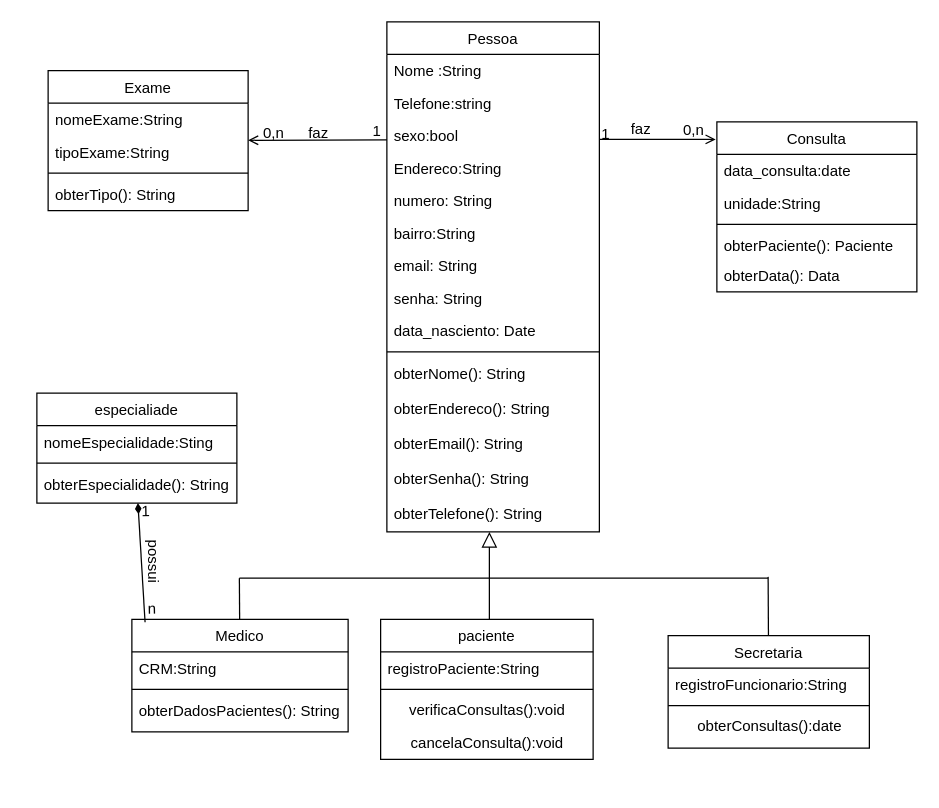
Before: Diagramas/classe-ssuV3.drawio in mborges007/ssu, a draw.io diagram. Source tidied: cells renumbered, new cells numbered last; positions are measured from the earlier drawing's top-left corner, leaving out a move shared by most shapes. Both pictures are drawn from the tidied source at 125%, with x=0, y=0 at pixel (36, 21).
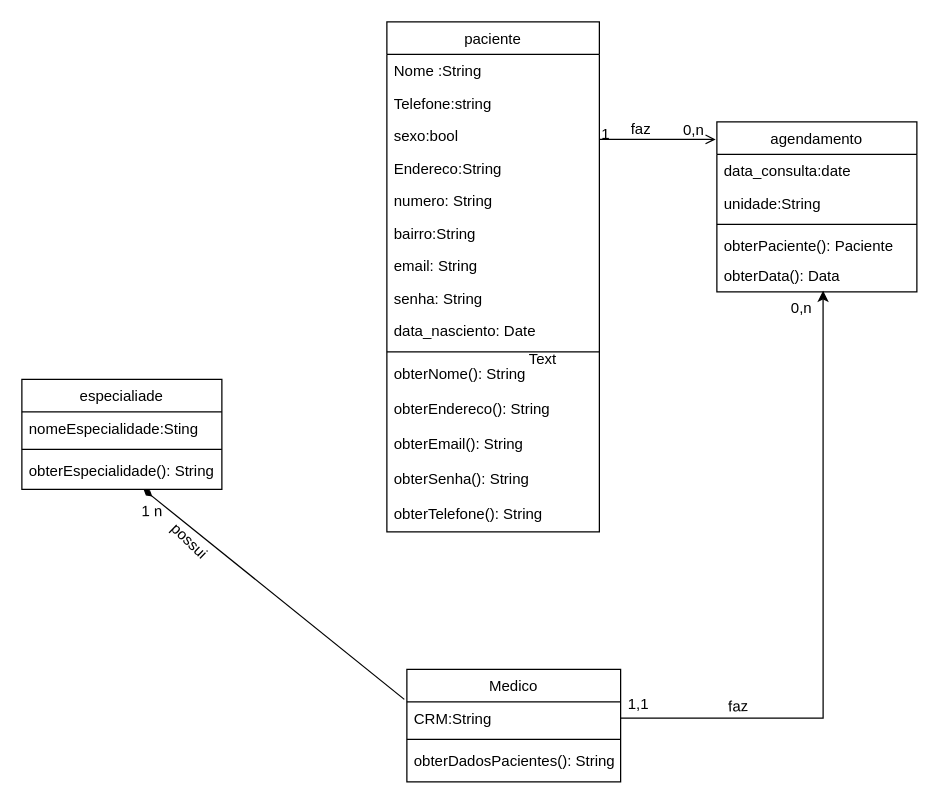
The same diagram, later.

Unchanged cells that the change refers to:
```xml
<mxCell id="5" value="sexo:bool" style="text;align=left;verticalAlign=top;spacingLeft=4;spacingRight=4;overflow=hidden;points=[[0,0.5],[1,0.5]];portConstraint=eastwest;rounded=0;shadow=0;html=0;" parent="2" vertex="1">
  <mxGeometry y="78" width="170" height="26" as="geometry" />
</mxCell>
<mxCell id="28" style="endArrow=open;shadow=0;strokeWidth=1;rounded=0;endFill=1;edgeStyle=elbowEdgeStyle;elbow=vertical;entryX=-0.006;entryY=0.1;entryDx=0;entryDy=0;entryPerimeter=0;" parent="1" edge="1" source="2" target="36">
  <mxGeometry x="0.5" y="41" relative="1" as="geometry">
    <mxPoint x="-40" y="32" as="offset" />
  </mxGeometry>
</mxCell>
<mxCell id="41" value="obterData(): Data" style="text;align=left;verticalAlign=top;spacingLeft=4;spacingRight=4;overflow=hidden;points=[[0,0.5],[1,0.5]];portConstraint=eastwest;fontStyle=0;" parent="36" vertex="1">
  <mxGeometry y="110" width="160" height="26" as="geometry" />
</mxCell>
<mxCell id="51" value="obterEspecialidade(): String" style="text;align=left;verticalAlign=top;spacingLeft=4;spacingRight=4;overflow=hidden;points=[[0,0.5],[1,0.5]];portConstraint=eastwest;" parent="48" vertex="1">
  <mxGeometry y="60" width="160" height="28" as="geometry" />
</mxCell>
```

Change to the diagram source:
```diff
@@
-    <mxCell id="2" value="Pessoa" style="swimlane;fontStyle=0;align=center;verticalAlign=top;horizontal=1;startSize=26;rounded=0;shadow=0;strokeWidth=1;" parent="1" vertex="1">
+    <mxCell id="2" value="paciente" style="swimlane;fontStyle=0;align=center;verticalAlign=top;horizontal=1;startSize=26;rounded=0;shadow=0;strokeWidth=1;" parent="1" vertex="1">
       <mxGeometry x="280" width="170" height="408" as="geometry" />
     </mxCell>
@@
     <mxCell id="18" value="Medico" style="swimlane;fontStyle=0;align=center;verticalAlign=top;horizontal=1;startSize=26;rounded=0;shadow=0;strokeWidth=1;" parent="1" vertex="1">
-      <mxGeometry x="76" y="478" width="173" height="90" as="geometry" />
+      <mxGeometry x="296" y="518" width="171" height="90" as="geometry" />
     </mxCell>
     <mxCell id="19" value="CRM:String" style="text;align=left;verticalAlign=top;spacingLeft=4;spacingRight=4;overflow=hidden;points=[[0,0.5],[1,0.5]];portConstraint=eastwest;" parent="18" vertex="1">
-      <mxGeometry y="26" width="173" height="26" as="geometry" />
+      <mxGeometry y="26" width="171" height="26" as="geometry" />
     </mxCell>
     <mxCell id="20" style="line;html=1;strokeWidth=1;align=left;verticalAlign=middle;spacingTop=-1;spacingLeft=3;spacingRight=3;labelPosition=right;" parent="18" vertex="1">
-      <mxGeometry y="52" width="173" height="8" as="geometry" />
+      <mxGeometry y="52" width="171" height="8" as="geometry" />
     </mxCell>
     <mxCell id="21" value="obterDadosPacientes(): String" style="text;align=left;verticalAlign=top;spacingLeft=4;spacingRight=4;overflow=hidden;" parent="18" vertex="1">
-      <mxGeometry y="60" width="173" height="30" as="geometry" />
+      <mxGeometry y="60" width="171" height="30" as="geometry" />
     </mxCell>
-    <mxCell id="22" value="paciente" style="swimlane;fontStyle=0;align=center;verticalAlign=top;horizontal=1;startSize=26;rounded=0;shadow=0;strokeWidth=1;" parent="1" vertex="1">
-      <mxGeometry x="275" y="478" width="170" height="112" as="geometry" />
-    </mxCell>
-    <mxCell id="23" value="registroPaciente:String" style="text;align=left;verticalAlign=top;spacingLeft=4;spacingRight=4;overflow=hidden;" parent="22" vertex="1">
-      <mxGeometry y="26" width="170" height="26" as="geometry" />
-    </mxCell>
-    <mxCell id="24" style="line;html=1;strokeWidth=1;align=left;verticalAlign=middle;spacingTop=-1;spacingLeft=3;spacingRight=3;labelPosition=right;" parent="22" vertex="1">
-      <mxGeometry y="52" width="170" height="8" as="geometry" />
-    </mxCell>
-    <mxCell id="25" value="verificaConsultas():void" style="text;html=1;align=center;verticalAlign=middle;strokeColor=none;fillColor=none;" parent="22" vertex="1">
-      <mxGeometry y="60" width="170" height="26" as="geometry" />
-    </mxCell>
-    <mxCell id="26" value="cancelaConsulta():void" style="text;html=1;align=center;verticalAlign=middle;strokeColor=none;fillColor=none;" parent="22" vertex="1">
-      <mxGeometry y="86" width="170" height="26" as="geometry" />
-    </mxCell>
-    <mxCell id="27" style="endArrow=block;endSize=10;endFill=0;shadow=0;strokeWidth=1;rounded=0;edgeStyle=orthogonalEdgeStyle;elbow=vertical;" parent="1" edge="1" source="22" target="2">
-      <mxGeometry relative="1" as="geometry">
-        <Array as="points">
-          <mxPoint x="362" y="470" />
-          <mxPoint x="362" y="470" />
-        </Array>
-      </mxGeometry>
-    </mxCell>
@@
-    <mxCell id="30" value="0,n" style="align=right;verticalAlign=bottom;labelBackgroundColor=none;fontSize=12;" parent="28" vertex="1">
-      <mxGeometry x="1" relative="1" as="geometry">
-        <mxPoint x="-344" y="3" as="offset" />
-      </mxGeometry>
-    </mxCell>
@@
-    <mxCell id="32" value="Secretaria" style="swimlane;fontStyle=0;align=center;verticalAlign=top;horizontal=1;startSize=26;rounded=0;shadow=0;strokeWidth=1;" parent="1" vertex="1">
-      <mxGeometry x="505" y="491" width="161" height="90" as="geometry" />
-    </mxCell>
-    <mxCell id="33" value="registroFuncionario:String" style="text;align=left;verticalAlign=top;spacingLeft=4;spacingRight=4;overflow=hidden;" parent="32" vertex="1">
-      <mxGeometry y="26" width="161" height="26" as="geometry" />
-    </mxCell>
-    <mxCell id="34" style="line;html=1;strokeWidth=1;align=left;verticalAlign=middle;spacingTop=-1;spacingLeft=3;spacingRight=3;labelPosition=right;" parent="32" vertex="1">
-      <mxGeometry y="52" width="161" height="8" as="geometry" />
-    </mxCell>
-    <mxCell id="35" value="obterConsultas():date" style="text;html=1;align=center;verticalAlign=middle;strokeColor=none;fillColor=none;" parent="32" vertex="1">
-      <mxGeometry y="60" width="161" height="26" as="geometry" />
-    </mxCell>
-    <mxCell id="36" value="Consulta" style="swimlane;fontStyle=0;align=center;verticalAlign=top;horizontal=1;startSize=26;rounded=0;shadow=0;strokeWidth=1;" parent="1" vertex="1">
+    <mxCell id="36" value="agendamento" style="swimlane;fontStyle=0;align=center;verticalAlign=top;horizontal=1;startSize=26;rounded=0;shadow=0;strokeWidth=1;" parent="1" vertex="1">
       <mxGeometry x="544" y="80" width="160" height="136" as="geometry" />
     </mxCell>
@@
-    <mxCell id="42" style="endArrow=none;html=1;rounded=0;" parent="1" edge="1" target="32">
-      <mxGeometry relative="1" as="geometry">
-        <mxPoint x="585" y="444" as="sourcePoint" />
-      </mxGeometry>
-    </mxCell>
-    <mxCell id="43" style="endArrow=none;html=1;rounded=0;" parent="1" edge="1">
-      <mxGeometry relative="1" as="geometry">
-        <mxPoint x="162" y="445" as="sourcePoint" />
-        <mxPoint x="585" y="445" as="targetPoint" />
-      </mxGeometry>
-    </mxCell>
-    <mxCell id="44" value="faz" style="text;html=1;align=center;verticalAlign=middle;labelBackgroundColor=none;rounded=0;shadow=0;strokeWidth=1;fontSize=12;" parent="1" vertex="1">
-      <mxGeometry x="456" y="70" as="geometry">
-        <mxPoint x="-232" y="18" as="offset" />
-      </mxGeometry>
-    </mxCell>
-    <mxCell id="45" value="1" style="align=left;verticalAlign=bottom;labelBackgroundColor=none;fontSize=12;" parent="1" vertex="1">
-      <mxGeometry x="459" y="112" as="geometry">
-        <mxPoint x="-192" y="-16" as="offset" />
-      </mxGeometry>
-    </mxCell>
@@
-    <mxCell id="47" style="endArrow=none;html=1;rounded=0;" parent="1" edge="1" source="18">
-      <mxGeometry relative="1" as="geometry">
-        <mxPoint x="162" y="445" as="targetPoint" />
-      </mxGeometry>
-    </mxCell>
     <mxCell id="48" value="especialiade" style="swimlane;fontStyle=0;align=center;verticalAlign=top;horizontal=1;startSize=26;rounded=0;shadow=0;strokeWidth=1;" parent="1" vertex="1">
-      <mxGeometry y="297" width="160" height="88" as="geometry" />
+      <mxGeometry x="-12" y="286" width="160" height="88" as="geometry" />
     </mxCell>
@@
-    <mxCell id="52" value="possui" style="text;html=1;align=center;verticalAlign=middle;strokeColor=none;fillColor=none;rotation=90;" parent="1" vertex="1">
-      <mxGeometry x="67" y="418" width="53" height="26" as="geometry" />
+    <mxCell id="52" value="possui" style="text;html=1;align=center;verticalAlign=middle;strokeColor=none;fillColor=none;rotation=44;" parent="1" vertex="1">
+      <mxGeometry x="95" y="402" width="53" height="26" as="geometry" />
     </mxCell>
-    <mxCell id="53" style="endArrow=diamondThin;html=1;rounded=0;exitX=0.061;exitY=0.025;exitDx=0;exitDy=0;exitPerimeter=0;endFill=1;" parent="1" edge="1" source="18" target="51">
+    <mxCell id="53" style="endArrow=diamondThin;html=1;rounded=0;exitX=-0.012;exitY=-0.077;exitDx=0;exitDy=0;exitPerimeter=0;endFill=1;" parent="1" edge="1" source="19" target="51">
       <mxGeometry relative="1" as="geometry" />
     </mxCell>
-    <mxCell id="54" style="endArrow=open;html=1;rounded=0;endFill=0;exitX=0;exitY=0.628;exitDx=0;exitDy=0;exitPerimeter=0;" parent="1" edge="1" source="5" target="55">
-      <mxGeometry relative="1" as="geometry" />
-    </mxCell>
-    <mxCell id="55" value="Exame" style="swimlane;fontStyle=0;align=center;verticalAlign=top;horizontal=1;startSize=26;rounded=0;shadow=0;strokeWidth=1;" parent="1" vertex="1">
-      <mxGeometry x="9" y="39" width="160" height="112" as="geometry" />
-    </mxCell>
-    <mxCell id="56" value="nomeExame:String" style="text;align=left;verticalAlign=top;spacingLeft=4;spacingRight=4;overflow=hidden;rounded=0;shadow=0;html=0;" parent="55" vertex="1">
-      <mxGeometry y="26" width="160" height="26" as="geometry" />
-    </mxCell>
-    <mxCell id="57" value="tipoExame:String" style="text;align=left;verticalAlign=top;spacingLeft=4;spacingRight=4;overflow=hidden;" parent="55" vertex="1">
-      <mxGeometry y="52" width="160" height="26" as="geometry" />
-    </mxCell>
-    <mxCell id="58" style="line;html=1;strokeWidth=1;align=left;verticalAlign=middle;spacingTop=-1;spacingLeft=3;spacingRight=3;labelPosition=right;" parent="55" vertex="1">
-      <mxGeometry y="78" width="160" height="8" as="geometry" />
-    </mxCell>
-    <mxCell id="59" value="obterTipo(): String" style="text;align=left;verticalAlign=top;spacingLeft=4;spacingRight=4;overflow=hidden;fontStyle=0;" parent="55" vertex="1">
-      <mxGeometry y="86" width="160" height="26" as="geometry" />
-    </mxCell>
@@
     <mxCell id="61" value="n" style="text;html=1;align=center;verticalAlign=middle;strokeColor=none;fillColor=none;rotation=-1;" parent="1" vertex="1">
-      <mxGeometry x="79" y="457" width="25" height="26" as="geometry" />
+      <mxGeometry x="84" y="379" width="25" height="26" as="geometry" />
     </mxCell>
+    <mxCell id="62" style="edgeStyle=orthogonalEdgeStyle;rounded=0;jettySize=auto;html=1;exitX=1;exitY=0.5;exitDx=0;exitDy=0;entryX=0.531;entryY=0.962;entryDx=0;entryDy=0;entryPerimeter=0;" parent="1" edge="1" source="19" target="41">
+      <mxGeometry relative="1" as="geometry" />
+    </mxCell>
+    <mxCell id="44" value="faz" style="text;html=1;align=center;verticalAlign=middle;strokeColor=none;fillColor=none;rotation=-2;" parent="1" vertex="1">
+      <mxGeometry x="544" y="535" width="34" height="26" as="geometry" />
+    </mxCell>
+    <mxCell id="63" value="1,1" style="text;html=1;align=center;verticalAlign=middle;strokeColor=none;fillColor=none;" parent="1" vertex="1">
+      <mxGeometry x="463" y="533" width="35" height="26" as="geometry" />
+    </mxCell>
+    <mxCell id="64" value="Text" style="text;html=1;strokeColor=none;fillColor=none;align=center;verticalAlign=middle;whiteSpace=wrap;rounded=0;" parent="1" vertex="1">
+      <mxGeometry x="375" y="255" width="60" height="30" as="geometry" />
+    </mxCell>
+    <mxCell id="30" value="0,n" style="text;html=1;strokeColor=none;fillColor=none;align=center;verticalAlign=middle;whiteSpace=wrap;rounded=0;" parent="1" vertex="1">
+      <mxGeometry x="582" y="214" width="60" height="30" as="geometry" />
+    </mxCell>
```
